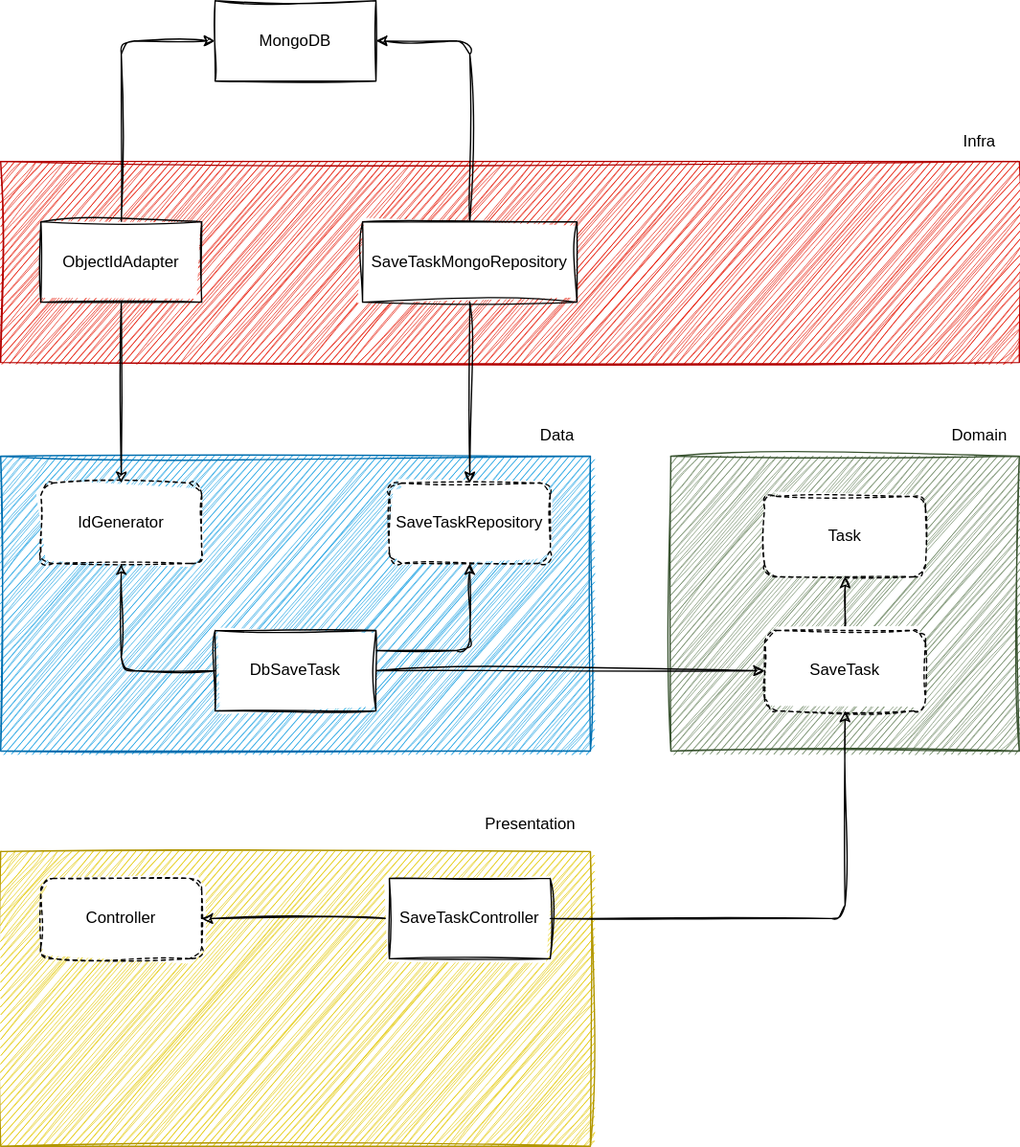
Earlier version of the draw.io export docs/diagram.svg (mrbrunelli/clean-arch-tasks-example). Source tidied: cells renumbered, new cells last; positions are measured from the earlier drawing's top-left corner, leaving out a move shared by most shapes.
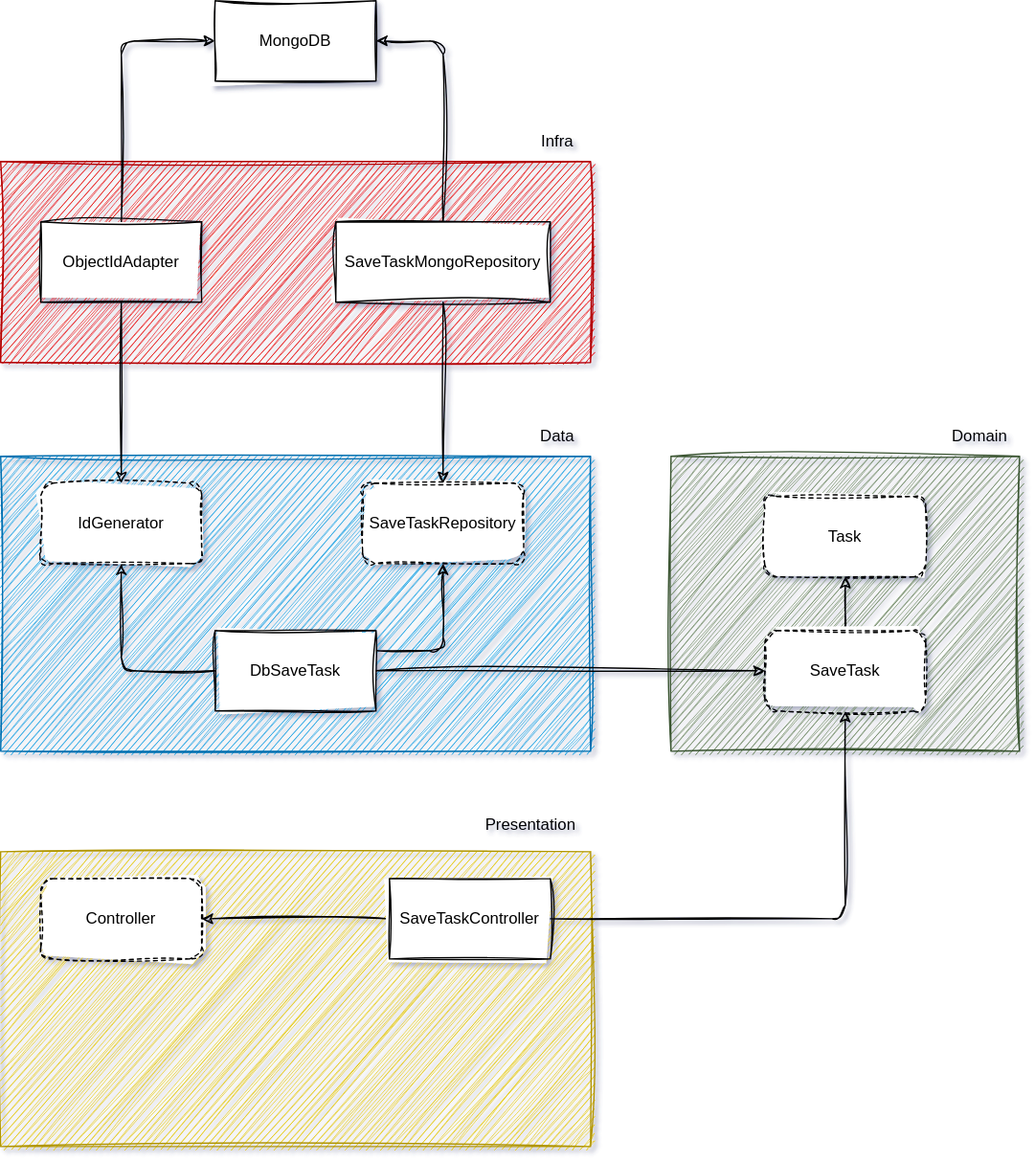
After the change.

Diff of the diagram source:
```diff
@@ -1,4 +1,4 @@
-<mxGraphModel>
+<mxGraphModel shadow="1">
   <root>
     <mxCell id="0" />
     <mxCell id="1" parent="0" />
@@ -36,7 +36,7 @@
     <mxCell id="11" style="edgeStyle=none;html=1;exitX=1;exitY=0.25;exitDx=0;exitDy=0;entryX=0.5;entryY=1;entryDx=0;entryDy=0;sketch=1;curveFitting=1;jiggle=2;" parent="1" edge="1" source="12" target="13">
       <mxGeometry relative="1" as="geometry">
         <Array as="points">
-          <mxPoint x="350" y="485" />
+          <mxPoint x="330" y="485" />
         </Array>
       </mxGeometry>
     </mxCell>
@@ -44,7 +44,7 @@
       <mxGeometry x="160" y="470" width="120" height="60" as="geometry" />
     </mxCell>
     <mxCell id="13" value="SaveTaskRepository" style="rounded=1;whiteSpace=wrap;html=1;dashed=1;sketch=1;curveFitting=1;jiggle=2;" parent="1" vertex="1">
-      <mxGeometry x="290" y="360" width="120" height="60" as="geometry" />
+      <mxGeometry x="270" y="360" width="120" height="60" as="geometry" />
     </mxCell>
     <mxCell id="14" value="IdGenerator" style="rounded=1;whiteSpace=wrap;html=1;dashed=1;sketch=1;curveFitting=1;jiggle=2;" parent="1" vertex="1">
       <mxGeometry x="30" y="360" width="120" height="60" as="geometry" />
@@ -72,10 +72,10 @@
       <mxGeometry x="290" y="655" width="120" height="60" as="geometry" />
     </mxCell>
     <mxCell id="21" style="rounded=0;whiteSpace=wrap;html=1;fillColor=#e51400;fontColor=#ffffff;strokeColor=#B20000;sketch=1;curveFitting=1;jiggle=2;" parent="1" vertex="1">
-      <mxGeometry y="120" width="760" height="150" as="geometry" />
+      <mxGeometry y="120" width="440" height="150" as="geometry" />
     </mxCell>
     <mxCell id="22" value="Infra" style="text;html=1;align=center;verticalAlign=middle;strokeColor=none;fillColor=none;sketch=1;curveFitting=1;jiggle=2;" parent="1" vertex="1">
-      <mxGeometry x="705" y="90" width="50" height="30" as="geometry" />
+      <mxGeometry x="390" y="90" width="50" height="30" as="geometry" />
     </mxCell>
     <mxCell id="23" style="edgeStyle=none;html=1;sketch=1;curveFitting=1;jiggle=2;" parent="1" edge="1" source="25" target="14">
       <mxGeometry relative="1" as="geometry" />
@@ -91,19 +91,19 @@
     <mxCell id="25" value="ObjectIdAdapter" style="rounded=0;whiteSpace=wrap;html=1;sketch=1;curveFitting=1;jiggle=2;" parent="1" vertex="1">
       <mxGeometry x="30" y="165" width="120" height="60" as="geometry" />
     </mxCell>
-    <mxCell id="26" style="edgeStyle=none;html=1;entryX=0.5;entryY=0;entryDx=0;entryDy=0;sketch=1;curveFitting=1;jiggle=2;" parent="1" edge="1" source="28" target="13">
+    <mxCell id="26" style="edgeStyle=none;html=1;entryX=0.5;entryY=0;entryDx=0;entryDy=0;sketch=1;curveFitting=1;jiggle=2;exitX=0.5;exitY=1;exitDx=0;exitDy=0;" parent="1" edge="1" source="28" target="13">
       <mxGeometry relative="1" as="geometry" />
     </mxCell>
     <mxCell id="27" style="edgeStyle=none;html=1;exitX=0.5;exitY=0;exitDx=0;exitDy=0;entryX=1;entryY=0.5;entryDx=0;entryDy=0;sketch=1;curveFitting=1;jiggle=2;" parent="1" edge="1" source="28">
       <mxGeometry relative="1" as="geometry">
         <mxPoint x="280" y="30" as="targetPoint" />
         <Array as="points">
-          <mxPoint x="350" y="30" />
+          <mxPoint x="330" y="30" />
         </Array>
       </mxGeometry>
     </mxCell>
     <mxCell id="28" value="SaveTaskMongoRepository" style="rounded=0;whiteSpace=wrap;html=1;sketch=1;curveFitting=1;jiggle=2;" parent="1" vertex="1">
-      <mxGeometry x="270" y="165" width="160" height="60" as="geometry" />
+      <mxGeometry x="250" y="165" width="160" height="60" as="geometry" />
     </mxCell>
     <mxCell id="29" value="MongoDB" style="rounded=0;whiteSpace=wrap;html=1;sketch=1;curveFitting=1;jiggle=2;" parent="1" vertex="1">
       <mxGeometry x="160" width="120" height="60" as="geometry" />
```
